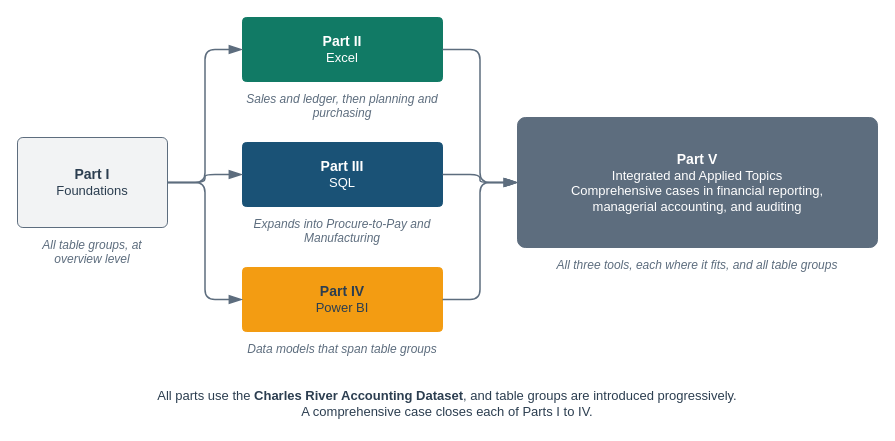
This is visuals/src/fig-01-08-book-organization-map.drawio from mmcodesso/Accounting_Analytics_Book, a draw.io file, before an edit. Source tidied: cells renumbered, new cells numbered last; positions are measured from the earlier drawing's top-left corner, leaving out a move shared by most shapes. Both pictures are drawn from the tidied source at 100%, with x=0, y=0 at pixel (17, 17).
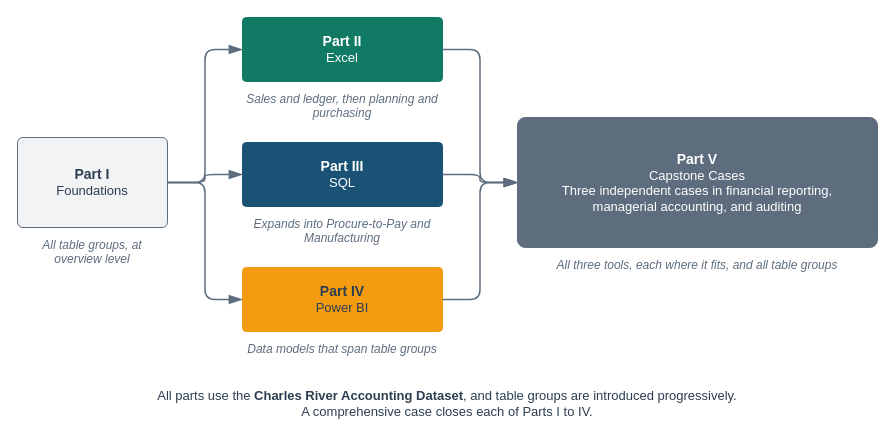
The same page after the edit.

The edit, as a diff of the source:
```diff
@@
 <mxGraphModel background="#FFFFFF">
   <root>
     <mxCell id="0" />
     <mxCell id="1" parent="0" />
     <mxCell id="2" style="rounded=0;html=1;fillColor=none;strokeColor=none;" parent="1" vertex="1">
       <mxGeometry width="860" height="406" as="geometry" />
     </mxCell>
     <mxCell id="3" value="&lt;font style=&quot;font-size:14px&quot;&gt;&lt;b&gt;Part I&lt;/b&gt;&lt;/font&gt;&lt;br&gt;&lt;font color=&quot;#2C3E50&quot;&gt;Foundations&lt;/font&gt;" style="rounded=1;arcSize=6;whiteSpace=wrap;html=1;fillColor=#F2F3F4;strokeColor=#5D6D7E;strokeWidth=1;fontColor=#2C3E50;fontSize=13;fontStyle=0;align=center;verticalAlign=middle;fontFamily=Helvetica;spacingLeft=6;spacingRight=6;" parent="1" vertex="1">
       <mxGeometry y="120" width="150" height="90" as="geometry" />
     </mxCell>
     <mxCell id="4" value="&lt;i&gt;All table groups, at overview level&lt;/i&gt;" style="text;html=1;whiteSpace=wrap;align=center;verticalAlign=top;fontSize=12;fontColor=#5D6D7E;fontStyle=0;fontFamily=Helvetica;spacing=2;fillColor=none;strokeColor=none;" parent="1" vertex="1">
       <mxGeometry y="214" width="150" height="36" as="geometry" />
     </mxCell>
     <mxCell id="5" value="&lt;font style=&quot;font-size:14px&quot;&gt;&lt;b&gt;Part II&lt;/b&gt;&lt;/font&gt;&lt;br&gt;&lt;font color=&quot;#FFFFFF&quot;&gt;Excel&lt;/font&gt;" style="rounded=1;arcSize=6;whiteSpace=wrap;html=1;fillColor=#117A65;strokeColor=#117A65;strokeWidth=1;fontColor=#FFFFFF;fontSize=13;fontStyle=0;align=center;verticalAlign=middle;fontFamily=Helvetica;spacingLeft=6;spacingRight=6;" parent="1" vertex="1">
       <mxGeometry x="225" width="200" height="64" as="geometry" />
     </mxCell>
     <mxCell id="6" value="&lt;i&gt;Sales and ledger, then planning and purchasing&lt;/i&gt;" style="text;html=1;whiteSpace=wrap;align=center;verticalAlign=top;fontSize=12;fontColor=#5D6D7E;fontStyle=0;fontFamily=Helvetica;spacing=2;fillColor=none;strokeColor=none;" parent="1" vertex="1">
       <mxGeometry x="225" y="68" width="200" height="36" as="geometry" />
     </mxCell>
     <mxCell id="7" value="&lt;font style=&quot;font-size:14px&quot;&gt;&lt;b&gt;Part III&lt;/b&gt;&lt;/font&gt;&lt;br&gt;&lt;font color=&quot;#FFFFFF&quot;&gt;SQL&lt;/font&gt;" style="rounded=1;arcSize=6;whiteSpace=wrap;html=1;fillColor=#1A5276;strokeColor=#1A5276;strokeWidth=1;fontColor=#FFFFFF;fontSize=13;fontStyle=0;align=center;verticalAlign=middle;fontFamily=Helvetica;spacingLeft=6;spacingRight=6;" parent="1" vertex="1">
       <mxGeometry x="225" y="125" width="200" height="64" as="geometry" />
     </mxCell>
     <mxCell id="8" value="&lt;i&gt;Expands into Procure-to-Pay and Manufacturing&lt;/i&gt;" style="text;html=1;whiteSpace=wrap;align=center;verticalAlign=top;fontSize=12;fontColor=#5D6D7E;fontStyle=0;fontFamily=Helvetica;spacing=2;fillColor=none;strokeColor=none;" parent="1" vertex="1">
       <mxGeometry x="225" y="193" width="200" height="36" as="geometry" />
     </mxCell>
     <mxCell id="9" value="&lt;font style=&quot;font-size:14px&quot;&gt;&lt;b&gt;Part IV&lt;/b&gt;&lt;/font&gt;&lt;br&gt;&lt;font color=&quot;#2C3E50&quot;&gt;Power BI&lt;/font&gt;" style="rounded=1;arcSize=6;whiteSpace=wrap;html=1;fillColor=#F39C12;strokeColor=#F39C12;strokeWidth=1;fontColor=#2C3E50;fontSize=13;fontStyle=0;align=center;verticalAlign=middle;fontFamily=Helvetica;spacingLeft=6;spacingRight=6;" parent="1" vertex="1">
       <mxGeometry x="225" y="250" width="200" height="64" as="geometry" />
     </mxCell>
     <mxCell id="10" value="&lt;i&gt;Data models that span table groups&lt;/i&gt;" style="text;html=1;whiteSpace=wrap;align=center;verticalAlign=top;fontSize=12;fontColor=#5D6D7E;fontStyle=0;fontFamily=Helvetica;spacing=2;fillColor=none;strokeColor=none;" parent="1" vertex="1">
       <mxGeometry x="225" y="318" width="200" height="36" as="geometry" />
     </mxCell>
-    <mxCell id="11" value="&lt;font style=&quot;font-size:14px&quot;&gt;&lt;b&gt;Part V&lt;/b&gt;&lt;/font&gt;&lt;br&gt;&lt;font color=&quot;#FFFFFF&quot;&gt;Integrated and Applied Topics&lt;br&gt;Comprehensive cases in financial reporting,&lt;br&gt;managerial accounting, and auditing&lt;/font&gt;" style="rounded=1;arcSize=6;whiteSpace=wrap;html=1;fillColor=#5D6D7E;strokeColor=#5D6D7E;strokeWidth=1;fontColor=#FFFFFF;fontSize=13;fontStyle=0;align=center;verticalAlign=middle;fontFamily=Helvetica;spacingLeft=6;spacingRight=6;" parent="1" vertex="1">
+    <mxCell id="11" value="&lt;font style=&quot;font-size:14px&quot;&gt;&lt;b&gt;Part V&lt;/b&gt;&lt;/font&gt;&lt;br&gt;&lt;font color=&quot;#FFFFFF&quot;&gt;Capstone Cases&lt;br&gt;Three independent cases in financial reporting,&lt;br&gt;managerial accounting, and auditing&lt;/font&gt;" style="rounded=1;arcSize=6;whiteSpace=wrap;html=1;fillColor=#5D6D7E;strokeColor=#5D6D7E;strokeWidth=1;fontColor=#FFFFFF;fontSize=13;fontStyle=0;align=center;verticalAlign=middle;fontFamily=Helvetica;spacingLeft=6;spacingRight=6;" parent="1" vertex="1">
       <mxGeometry x="500" y="100" width="360" height="130" as="geometry" />
     </mxCell>
     <mxCell id="12" value="&lt;i&gt;All three tools, each where it fits, and all table groups&lt;/i&gt;" style="text;html=1;whiteSpace=wrap;align=center;verticalAlign=top;fontSize=12;fontColor=#5D6D7E;fontStyle=0;fontFamily=Helvetica;spacing=2;fillColor=none;strokeColor=none;" parent="1" vertex="1">
       <mxGeometry x="500" y="234" width="360" height="36" as="geometry" />
     </mxCell>
     <mxCell id="13" style="edgeStyle=orthogonalEdgeStyle;rounded=1;html=1;startArrow=none;endArrow=blockThin;startFill=0;endFill=1;startSize=10;endSize=10;strokeColor=#5D6D7E;strokeWidth=1.5;fontSize=12;fontColor=#2C3E50;fontFamily=Helvetica;labelBackgroundColor=#FFFFFF;exitX=1;exitY=0.5;exitDx=0;exitDy=0;entryX=0;entryY=0.5;entryDx=0;entryDy=0;" parent="1" edge="1" source="3" target="5">
       <mxGeometry relative="1" as="geometry" />
     </mxCell>
     <mxCell id="14" style="edgeStyle=orthogonalEdgeStyle;rounded=1;html=1;startArrow=none;endArrow=blockThin;startFill=0;endFill=1;startSize=10;endSize=10;strokeColor=#5D6D7E;strokeWidth=1.5;fontSize=12;fontColor=#2C3E50;fontFamily=Helvetica;labelBackgroundColor=#FFFFFF;exitX=1;exitY=0.5;exitDx=0;exitDy=0;entryX=0;entryY=0.5;entryDx=0;entryDy=0;" parent="1" edge="1" source="5" target="11">
       <mxGeometry relative="1" as="geometry" />
     </mxCell>
     <mxCell id="15" style="edgeStyle=orthogonalEdgeStyle;rounded=1;html=1;startArrow=none;endArrow=blockThin;startFill=0;endFill=1;startSize=10;endSize=10;strokeColor=#5D6D7E;strokeWidth=1.5;fontSize=12;fontColor=#2C3E50;fontFamily=Helvetica;labelBackgroundColor=#FFFFFF;exitX=1;exitY=0.5;exitDx=0;exitDy=0;entryX=0;entryY=0.5;entryDx=0;entryDy=0;" parent="1" edge="1" source="3" target="7">
       <mxGeometry relative="1" as="geometry" />
     </mxCell>
     <mxCell id="16" style="edgeStyle=orthogonalEdgeStyle;rounded=1;html=1;startArrow=none;endArrow=blockThin;startFill=0;endFill=1;startSize=10;endSize=10;strokeColor=#5D6D7E;strokeWidth=1.5;fontSize=12;fontColor=#2C3E50;fontFamily=Helvetica;labelBackgroundColor=#FFFFFF;exitX=1;exitY=0.5;exitDx=0;exitDy=0;entryX=0;entryY=0.5;entryDx=0;entryDy=0;" parent="1" edge="1" source="7" target="11">
       <mxGeometry relative="1" as="geometry" />
     </mxCell>
     <mxCell id="17" style="edgeStyle=orthogonalEdgeStyle;rounded=1;html=1;startArrow=none;endArrow=blockThin;startFill=0;endFill=1;startSize=10;endSize=10;strokeColor=#5D6D7E;strokeWidth=1.5;fontSize=12;fontColor=#2C3E50;fontFamily=Helvetica;labelBackgroundColor=#FFFFFF;exitX=1;exitY=0.5;exitDx=0;exitDy=0;entryX=0;entryY=0.5;entryDx=0;entryDy=0;" parent="1" edge="1" source="3" target="9">
       <mxGeometry relative="1" as="geometry" />
     </mxCell>
     <mxCell id="18" style="edgeStyle=orthogonalEdgeStyle;rounded=1;html=1;startArrow=none;endArrow=blockThin;startFill=0;endFill=1;startSize=10;endSize=10;strokeColor=#5D6D7E;strokeWidth=1.5;fontSize=12;fontColor=#2C3E50;fontFamily=Helvetica;labelBackgroundColor=#FFFFFF;exitX=1;exitY=0.5;exitDx=0;exitDy=0;entryX=0;entryY=0.5;entryDx=0;entryDy=0;" parent="1" edge="1" source="9" target="11">
       <mxGeometry relative="1" as="geometry" />
     </mxCell>
     <mxCell id="19" value="All parts use the &lt;b&gt;Charles River Accounting Dataset&lt;/b&gt;, and table groups are introduced progressively.&lt;br&gt;A comprehensive case closes each of Parts I to IV." style="text;html=1;whiteSpace=wrap;align=center;verticalAlign=top;fontSize=13;fontColor=#2C3E50;fontStyle=0;fontFamily=Helvetica;spacing=2;fillColor=none;strokeColor=none;" parent="1" vertex="1">
       <mxGeometry y="364" width="860" height="40" as="geometry" />
     </mxCell>
   </root>
 </mxGraphModel>
```
